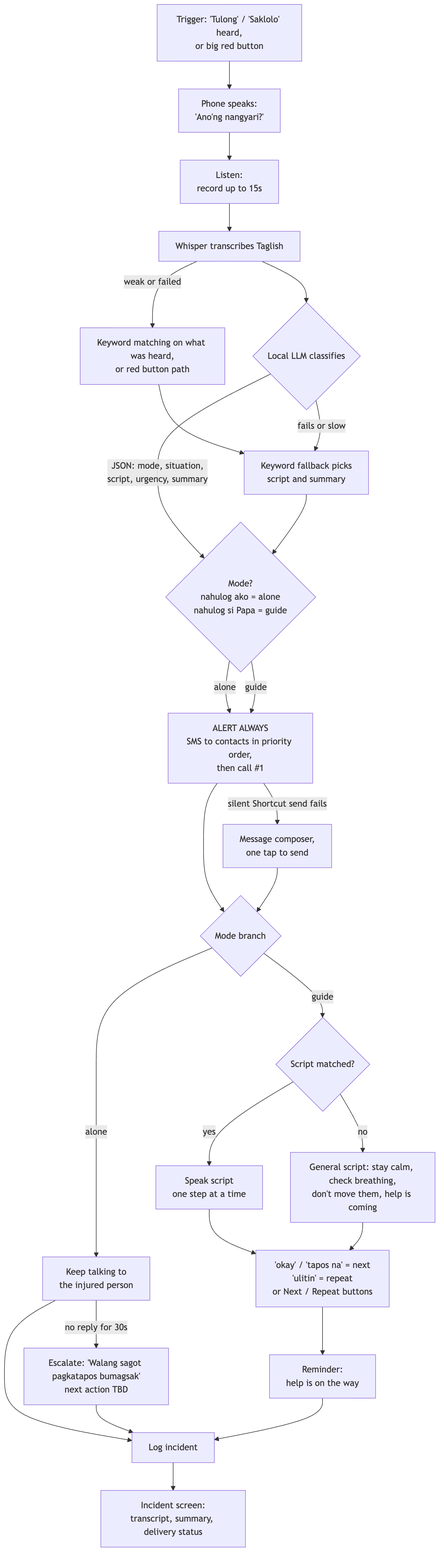
This is docs/diagrams/main-emergency-flow.png from jisundr/saklolo-ph, a Mermaid export, as it was before one commit. Its source is kept beside it as docs/diagrams/main-emergency-flow.mmd.
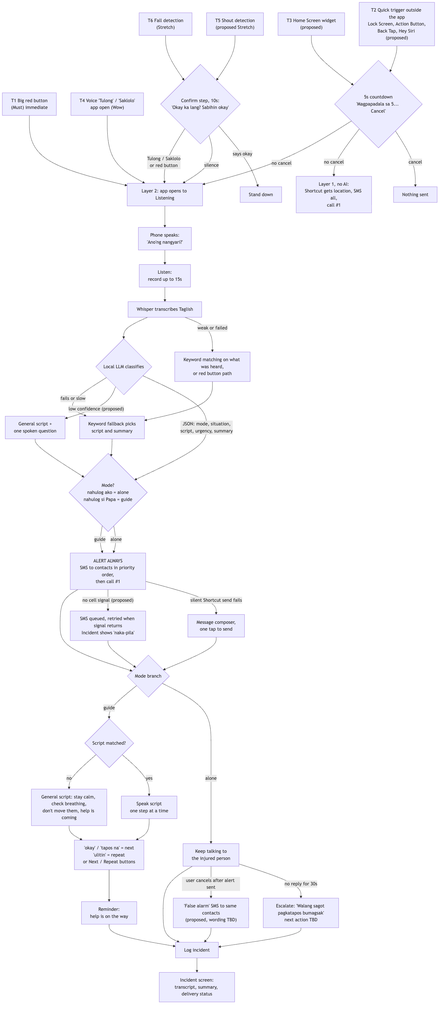
After the change.

What changed in the source:
```diff
@@ -1,18 +1,36 @@
 flowchart TD
-    A["Trigger: 'Tulong' / 'Saklolo' heard,<br/>or big red button"] --> B["Phone speaks:<br/>'Ano'ng nangyari?'"]
+    T1["T1 Big red button<br/>(Must) immediate"] --> A
+    T4["T4 Voice 'Tulong' / 'Saklolo'<br/>app open (Wow)"] --> A
+    T2["T2 Quick trigger outside the app<br/>Lock Screen, Action Button,<br/>Back Tap, Hey Siri (proposed)"] --> CD
+    T3["T3 Home Screen widget<br/>(proposed)"] --> CD
+    CD{"5s countdown<br/>'Magpapadala sa 5... Cancel'"}
+    CD -->|"cancel"| CX["Nothing sent"]
+    CD -->|"no cancel"| L1["Layer 1, no AI:<br/>Shortcut gets location, SMS all,<br/>call #1"]
+    CD -->|"no cancel"| A
+    T5["T5 Shout detection<br/>(proposed Stretch)"] --> CF
+    T6["T6 Fall detection<br/>(Stretch)"] --> CF
+    CF{"Confirm step, 10s:<br/>'Okay ka lang? Sabihin okay'"}
+    CF -->|"says okay"| CX2["Stand down"]
+    CF -->|"silence"| A
+    CF -->|"Tulong / Saklolo<br/>or red button"| A
+    A["Layer 2: app opens to Listening"] --> B["Phone speaks:<br/>'Ano'ng nangyari?'"]
     B --> C["Listen:<br/>record up to 15s"]
     C --> D["Whisper transcribes Taglish"]
     D -->|"weak or failed"| D2["Keyword matching on what was heard,<br/>or red button path"]
     D --> E{"Local LLM classifies"}
     D2 --> E2["Keyword fallback picks<br/>script and summary"]
     E -->|"JSON: mode, situation,<br/>script, urgency, summary"| F{"Mode?<br/>nahulog ako = alone<br/>nahulog si Papa = guide"}
+    E -->|"low confidence (proposed)"| LC["General script +<br/>one spoken question"]
     E -->|"fails or slow"| E2
+    LC --> F
     E2 --> F
     F -->|"alone"| G["ALERT ALWAYS<br/>SMS to contacts in priority order,<br/>then call #1"]
     F -->|"guide"| G
     G -->|"silent Shortcut send fails"| G2["Message composer,<br/>one tap to send"]
+    G -->|"no cell signal (proposed)"| GQ["SMS queued, retried when signal returns<br/>Incident shows 'naka-pila'"]
     G --> H{"Mode branch"}
     G2 --> H
+    GQ --> H
     H -->|"alone"| I["Keep talking to<br/>the injured person"]
     I -->|"no reply for 30s"| J["Escalate: 'Walang sagot pagkatapos bumagsak'<br/>next action TBD"]
     H -->|"guide"| K{"Script matched?"}
@@ -21,7 +39,9 @@
     L --> N["'okay' / 'tapos na' = next<br/>'ulitin' = repeat<br/>or Next / Repeat buttons"]
     M --> N
     N --> O["Reminder:<br/>help is on the way"]
+    I -->|"user cancels after alert sent"| FA["'False alarm' SMS to same contacts<br/>(proposed, wording TBD)"]
     I --> P["Log incident"]
     J --> P
     O --> P
+    FA --> P
     P --> Q["Incident screen:<br/>transcript, summary, delivery status"]
```
